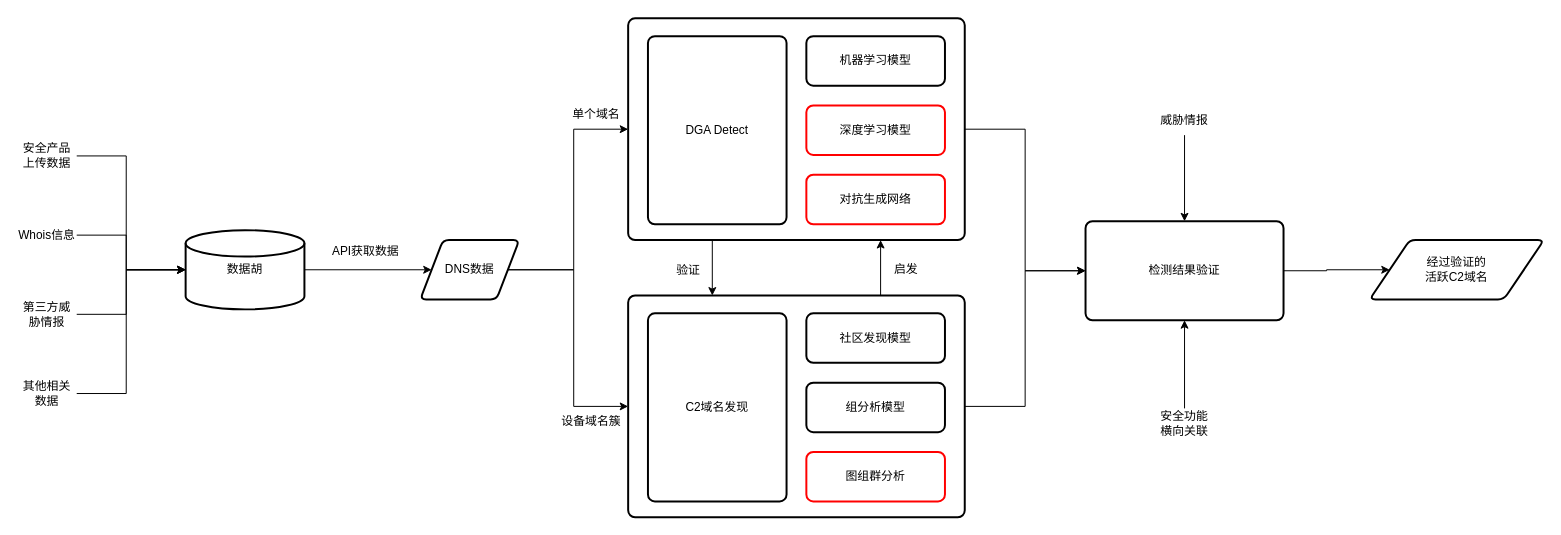
The draw.io diagram dns securty.drawio in sidney-neu/draw_io, before the edit. Source tidied: cells renumbered, new cells numbered last; positions are measured from the earlier drawing's top-left corner, leaving out a move shared by most shapes. Both pictures are drawn from the tidied source at 99%, with x=0, y=0 at pixel (17, 18).
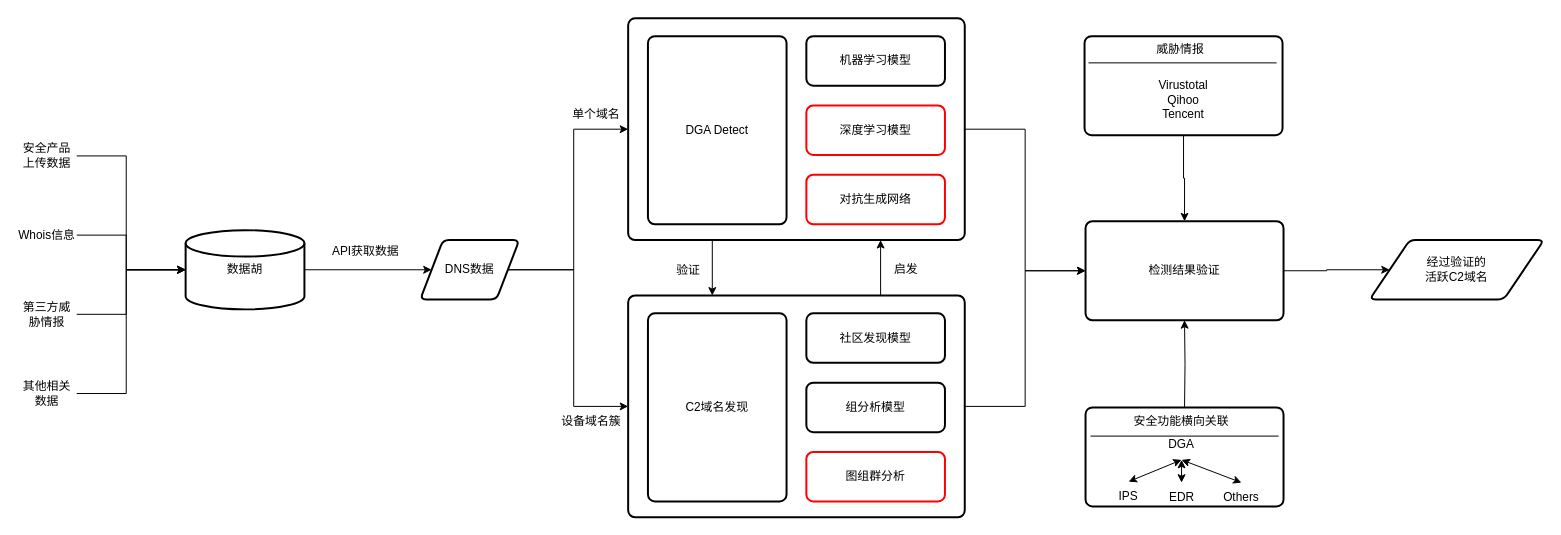
The same page after the edit.

Unchanged cells that the change refers to:
```xml
<mxCell id="31" value="检测结果验证" style="rounded=1;whiteSpace=wrap;html=1;absoluteArcSize=1;arcSize=14;strokeWidth=2;" parent="1" vertex="1">
  <mxGeometry x="1079" y="205" width="200" height="100" as="geometry" />
</mxCell>
```

What changed in the source:
```diff
@@
-    <mxCell id="32" style="edgeStyle=orthogonalEdgeStyle;rounded=0;jettySize=auto;html=1;entryX=0.5;entryY=0;entryDx=0;entryDy=0;" parent="1" edge="1" source="33" target="31">
+    <mxCell id="32" style="edgeStyle=orthogonalEdgeStyle;rounded=0;jettySize=auto;html=1;entryX=0.5;entryY=0;entryDx=0;entryDy=0;" parent="1" edge="1" source="42" target="31">
       <mxGeometry relative="1" as="geometry" />
     </mxCell>
-    <mxCell id="33" value="威胁情报" style="text;strokeColor=none;align=center;fillColor=none;html=1;verticalAlign=middle;whiteSpace=wrap;rounded=0;" parent="1" vertex="1">
-      <mxGeometry x="1149" y="88" width="60" height="30" as="geometry" />
-    </mxCell>
-    <mxCell id="34" style="edgeStyle=orthogonalEdgeStyle;rounded=0;jettySize=auto;html=1;entryX=0.5;entryY=1;entryDx=0;entryDy=0;" parent="1" edge="1" source="35" target="31">
-      <mxGeometry relative="1" as="geometry" />
+    <mxCell id="34" style="edgeStyle=orthogonalEdgeStyle;rounded=0;jettySize=auto;html=1;entryX=0.5;entryY=1;entryDx=0;entryDy=0;" parent="1" edge="1" target="31">
+      <mxGeometry relative="1" as="geometry">
+        <mxPoint x="1179" y="394" as="sourcePoint" />
+      </mxGeometry>
     </mxCell>
-    <mxCell id="35" value="安全功能横向关联" style="text;strokeColor=none;align=center;fillColor=none;html=1;verticalAlign=middle;whiteSpace=wrap;rounded=0;" parent="1" vertex="1">
-      <mxGeometry x="1149" y="394" width="60" height="30" as="geometry" />
-    </mxCell>
@@
+    <mxCell id="41" style="group;" parent="1" vertex="1">
+      <mxGeometry x="1078" y="17" width="200" height="101" as="geometry" />
+    </mxCell>
+    <mxCell id="42" value="&lt;div align=&quot;center&quot;&gt;&lt;br&gt;&lt;/div&gt;&lt;div align=&quot;center&quot;&gt;&lt;br&gt;&lt;/div&gt;&lt;div align=&quot;center&quot;&gt;Virustotal&lt;/div&gt;&lt;div align=&quot;center&quot;&gt;Qihoo&lt;/div&gt;&lt;div align=&quot;center&quot;&gt;Tencent&lt;br&gt;&lt;/div&gt;" style="rounded=1;whiteSpace=wrap;html=1;absoluteArcSize=1;arcSize=14;strokeWidth=2;align=center;" parent="41" vertex="1">
+      <mxGeometry y="1" width="200" height="100" as="geometry" />
+    </mxCell>
+    <mxCell id="43" style="endArrow=none;html=1;rounded=0;" parent="41" edge="1">
+      <mxGeometry relative="1" as="geometry">
+        <mxPoint x="4" y="28" as="sourcePoint" />
+        <mxPoint x="194" y="28" as="targetPoint" />
+      </mxGeometry>
+    </mxCell>
+    <mxCell id="33" value="威胁情报" style="text;strokeColor=none;align=center;fillColor=none;html=1;verticalAlign=middle;whiteSpace=wrap;rounded=0;" parent="41" vertex="1">
+      <mxGeometry x="67" width="60" height="30" as="geometry" />
+    </mxCell>
+    <mxCell id="44" style="group;" parent="1" vertex="1">
+      <mxGeometry x="1079" y="392" width="200" height="107" as="geometry" />
+    </mxCell>
+    <mxCell id="45" style="rounded=1;whiteSpace=wrap;html=1;absoluteArcSize=1;arcSize=14;strokeWidth=2;" parent="44" vertex="1">
+      <mxGeometry y="1" width="200" height="100" as="geometry" />
+    </mxCell>
+    <mxCell id="46" value="DGA" style="text;strokeColor=none;align=center;fillColor=none;html=1;verticalAlign=middle;whiteSpace=wrap;rounded=0;" parent="44" vertex="1">
+      <mxGeometry x="67" y="24" width="60" height="30" as="geometry" />
+    </mxCell>
+    <mxCell id="47" value="IPS" style="text;strokeColor=none;align=center;fillColor=none;html=1;verticalAlign=middle;whiteSpace=wrap;rounded=0;" parent="44" vertex="1">
+      <mxGeometry x="7" y="76" width="73" height="30" as="geometry" />
+    </mxCell>
+    <mxCell id="48" value="EDR" style="text;strokeColor=none;align=center;fillColor=none;html=1;verticalAlign=middle;whiteSpace=wrap;rounded=0;" parent="44" vertex="1">
+      <mxGeometry x="60.5" y="77" width="73" height="30" as="geometry" />
+    </mxCell>
+    <mxCell id="49" value="Others" style="text;strokeColor=none;align=center;fillColor=none;html=1;verticalAlign=middle;whiteSpace=wrap;rounded=0;" parent="44" vertex="1">
+      <mxGeometry x="121" y="77" width="73" height="30" as="geometry" />
+    </mxCell>
+    <mxCell id="50" style="endArrow=classic;startArrow=classic;html=1;rounded=0;entryX=0.5;entryY=1;entryDx=0;entryDy=0;exitX=0.5;exitY=0;exitDx=0;exitDy=0;" parent="44" edge="1" source="47" target="46">
+      <mxGeometry relative="1" as="geometry" />
+    </mxCell>
+    <mxCell id="51" style="endArrow=classic;startArrow=classic;html=1;rounded=0;entryX=0.5;entryY=1;entryDx=0;entryDy=0;exitX=0.5;exitY=0;exitDx=0;exitDy=0;" parent="44" edge="1" source="48" target="46">
+      <mxGeometry relative="1" as="geometry" />
+    </mxCell>
+    <mxCell id="52" style="endArrow=classic;startArrow=classic;html=1;rounded=0;entryX=0.5;entryY=1;entryDx=0;entryDy=0;exitX=0.5;exitY=0;exitDx=0;exitDy=0;" parent="44" edge="1" source="49" target="46">
+      <mxGeometry relative="1" as="geometry" />
+    </mxCell>
+    <mxCell id="53" style="endArrow=none;html=1;rounded=0;" parent="44" edge="1">
+      <mxGeometry relative="1" as="geometry">
+        <mxPoint x="5" y="30" as="sourcePoint" />
+        <mxPoint x="195" y="30" as="targetPoint" />
+      </mxGeometry>
+    </mxCell>
+    <mxCell id="35" value="安全功能横向关联" style="text;strokeColor=none;align=center;fillColor=none;html=1;verticalAlign=middle;whiteSpace=wrap;rounded=0;" parent="44" vertex="1">
+      <mxGeometry x="47" width="100" height="30" as="geometry" />
+    </mxCell>
```
